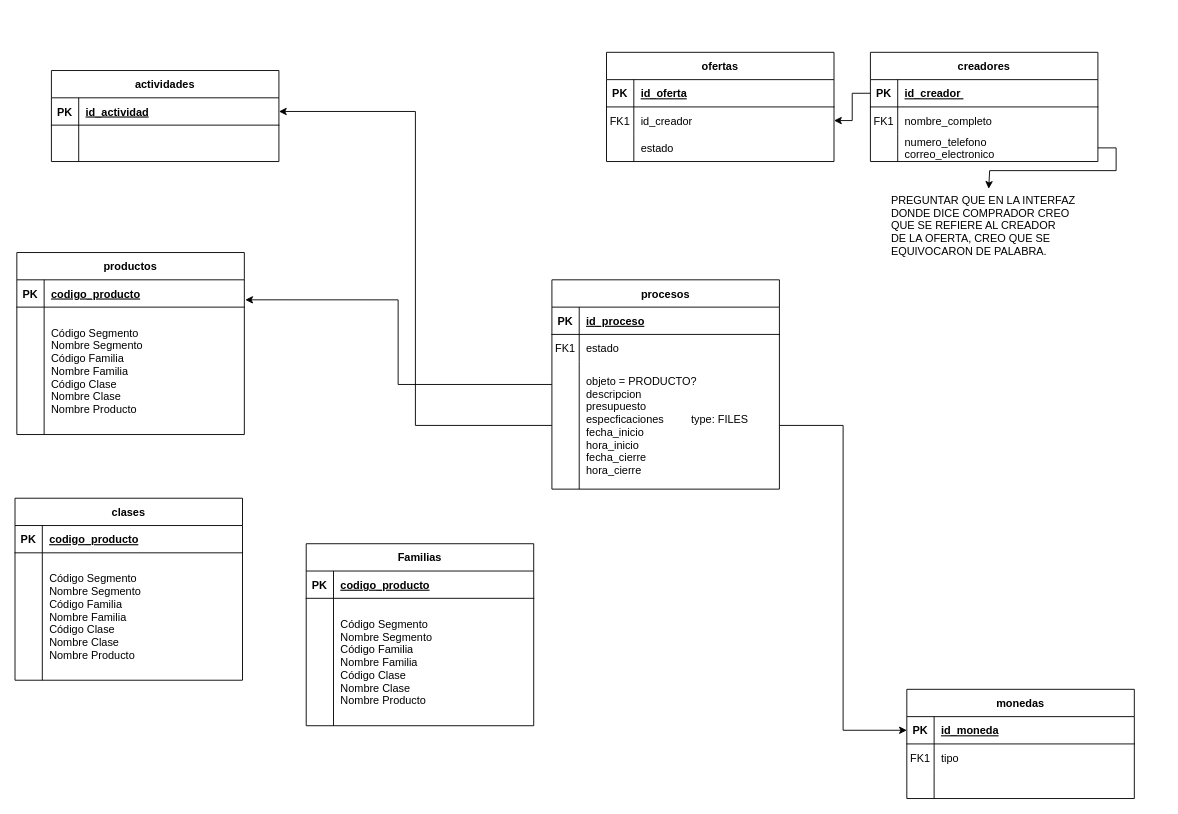
Earlier version of the draw.io diagram Diagrama sin título.drawio (manueld1az/IMC). Source tidied: cells renumbered, new cells numbered last; positions are measured from the earlier drawing's top-left corner, leaving out a move shared by most shapes. Both pictures are drawn from the tidied source at 91%, with x=0, y=0 at pixel (15, 52).
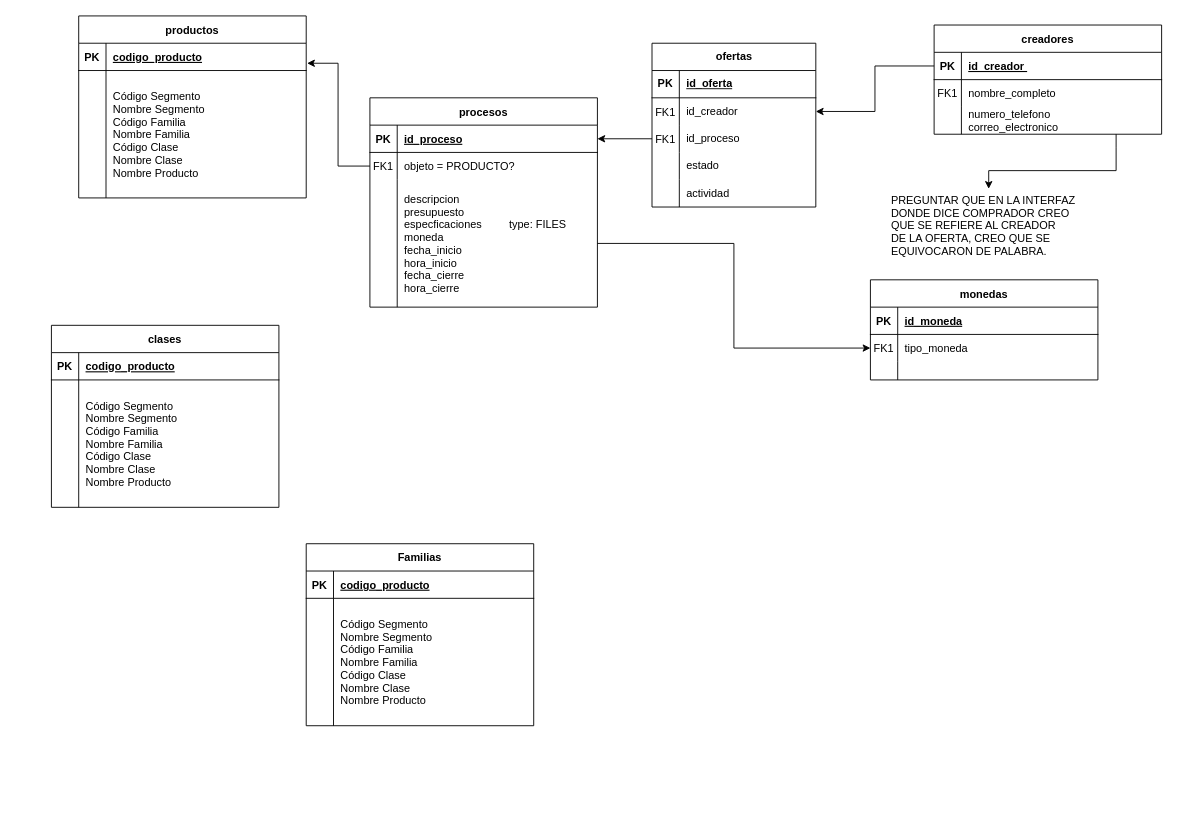
The same diagram, later.

The change refers to these unchanged cells:
```xml
<mxCell id="14" style="shape=partialRectangle;fillColor=none;points=[[0,0.5],[1,0.5]];portConstraint=eastwest;top=0;left=0;right=0;bottom=1;" parent="13" vertex="1">
  <mxGeometry y="30" width="250" height="30" as="geometry" />
</mxCell>
<mxCell id="17" style="shape=partialRectangle;fillColor=none;points=[[0,0.5],[1,0.5]];portConstraint=eastwest;top=0;left=0;right=0;bottom=0;" parent="13" vertex="1">
  <mxGeometry y="60" width="250" height="30" as="geometry" />
</mxCell>
<mxCell id="20" style="shape=partialRectangle;fillColor=none;points=[[0,0.5],[1,0.5]];portConstraint=eastwest;top=0;left=0;right=0;bottom=0;" parent="13" vertex="1">
  <mxGeometry y="90" width="250" height="140" as="geometry" />
</mxCell>
<mxCell id="31" style="shape=partialRectangle;fillColor=none;points=[[0,0.5],[1,0.5]];portConstraint=eastwest;top=0;left=0;right=0;bottom=1;" parent="30" vertex="1">
  <mxGeometry y="30" width="250" height="30" as="geometry" />
</mxCell>
<mxCell id="34" style="shape=partialRectangle;fillColor=none;points=[[0,0.5],[1,0.5]];portConstraint=eastwest;top=0;left=0;right=0;bottom=0;" parent="30" vertex="1">
  <mxGeometry y="60" width="250" height="30" as="geometry" />
</mxCell>
<mxCell id="41" style="shape=partialRectangle;fillColor=none;points=[[0,0.5],[1,0.5]];portConstraint=eastwest;top=0;left=0;right=0;bottom=1;" parent="40" vertex="1">
  <mxGeometry y="30" width="250" height="30" as="geometry" />
</mxCell>
<mxCell id="51" style="shape=partialRectangle;fillColor=none;points=[[0,0.5],[1,0.5]];portConstraint=eastwest;top=0;left=0;right=0;bottom=1;" parent="50" vertex="1">
  <mxGeometry y="30" width="250" height="30" as="geometry" />
</mxCell>
```

The edit, as a diff of the source:
```diff
@@
-    <mxCell id="2" value="ofertas" style="shape=table;startSize=30;childLayout=tableLayout;rowLines=0;fontStyle=1;align=center;" parent="1" vertex="1">
-      <mxGeometry x="650" width="250" height="120" as="geometry" />
-    </mxCell>
-    <mxCell id="3" style="shape=partialRectangle;fillColor=none;top=0;left=0;right=0;bottom=1;" parent="2" vertex="1">
-      <mxGeometry y="30" width="250" height="30" as="geometry" />
-    </mxCell>
-    <mxCell id="4" value="PK" style="shape=partialRectangle;overflow=hidden;fillColor=none;top=0;left=0;bottom=0;right=0;fontStyle=1;" parent="3" vertex="1">
-      <mxGeometry width="30" height="30" as="geometry" />
-    </mxCell>
-    <mxCell id="5" value="id_oferta" style="shape=partialRectangle;overflow=hidden;fillColor=none;top=0;left=0;bottom=0;right=0;align=left;spacingLeft=6;fontStyle=5;" parent="3" vertex="1">
-      <mxGeometry x="30" width="220" height="30" as="geometry" />
-    </mxCell>
-    <mxCell id="6" style="shape=partialRectangle;fillColor=none;points=[[0,0.5],[1,0.5]];portConstraint=eastwest;top=0;left=0;right=0;bottom=0;" parent="2" vertex="1">
-      <mxGeometry y="60" width="250" height="30" as="geometry" />
-    </mxCell>
-    <mxCell id="7" value="FK1" style="shape=partialRectangle;overflow=hidden;fillColor=none;top=0;left=0;bottom=0;right=0;" parent="6" vertex="1">
-      <mxGeometry width="30" height="30" as="geometry" />
-    </mxCell>
-    <mxCell id="8" value="id_creador" style="shape=partialRectangle;overflow=hidden;fillColor=none;top=0;left=0;bottom=0;right=0;align=left;spacingLeft=6;" parent="6" vertex="1">
-      <mxGeometry x="30" width="220" height="30" as="geometry" />
-    </mxCell>
-    <mxCell id="9" style="shape=partialRectangle;fillColor=none;top=0;left=0;right=0;bottom=0;" parent="2" vertex="1">
-      <mxGeometry y="90" width="250" height="30" as="geometry" />
-    </mxCell>
-    <mxCell id="10" style="shape=partialRectangle;overflow=hidden;fillColor=none;top=0;left=0;bottom=0;right=0;" parent="9" vertex="1">
-      <mxGeometry width="30" height="30" as="geometry" />
-    </mxCell>
-    <mxCell id="11" value="estado" style="shape=partialRectangle;overflow=hidden;fillColor=none;top=0;left=0;bottom=0;right=0;align=left;spacingLeft=6;" parent="9" vertex="1">
-      <mxGeometry x="30" width="220" height="30" as="geometry" />
-    </mxCell>
-    <mxCell id="12" style="edgeStyle=orthogonalEdgeStyle;rounded=0;jettySize=auto;html=1;entryX=1.004;entryY=0.733;entryDx=0;entryDy=0;entryPerimeter=0;" parent="1" edge="1" source="13" target="51">
+    <mxCell id="12" style="edgeStyle=orthogonalEdgeStyle;rounded=0;jettySize=auto;html=1;entryX=1.004;entryY=0.733;entryDx=0;entryDy=0;entryPerimeter=0;" parent="1" edge="1" source="17" target="51">
       <mxGeometry relative="1" as="geometry" />
     </mxCell>
     <mxCell id="13" value="procesos" style="shape=table;startSize=30;childLayout=tableLayout;rowLines=0;fontStyle=1;align=center;" parent="1" vertex="1">
-      <mxGeometry x="590" y="250" width="250" height="230" as="geometry" />
+      <mxGeometry x="390" y="50" width="250" height="230" as="geometry" />
     </mxCell>
@@
-    <mxCell id="19" value="estado" style="shape=partialRectangle;overflow=hidden;fillColor=none;top=0;left=0;bottom=0;right=0;align=left;spacingLeft=6;" parent="17" vertex="1">
+    <mxCell id="19" value="objeto = PRODUCTO?" style="shape=partialRectangle;overflow=hidden;fillColor=none;top=0;left=0;bottom=0;right=0;align=left;spacingLeft=6;" parent="17" vertex="1">
       <mxGeometry x="30" width="220" height="30" as="geometry" />
     </mxCell>
@@
-    <mxCell id="22" value="objeto = PRODUCTO?&#10;descripcion&#10;presupuesto&#10;especficaciones         type: FILES &#10;fecha_inicio&#10;hora_inicio&#10;fecha_cierre&#10;hora_cierre" style="shape=partialRectangle;overflow=hidden;fillColor=none;top=0;left=0;bottom=0;right=0;align=left;spacingLeft=6;" parent="20" vertex="1">
+    <mxCell id="22" value="descripcion&#10;presupuesto&#10;especficaciones         type: FILES&#10;moneda &#10;fecha_inicio&#10;hora_inicio&#10;fecha_cierre&#10;hora_cierre" style="shape=partialRectangle;overflow=hidden;fillColor=none;top=0;left=0;bottom=0;right=0;align=left;spacingLeft=6;" parent="20" vertex="1">
       <mxGeometry x="30" width="220" height="140" as="geometry" />
     </mxCell>
-    <mxCell id="23" value="actividades" style="shape=table;startSize=30;childLayout=tableLayout;rowLines=0;fontStyle=1;align=center;" parent="1" vertex="1">
-      <mxGeometry x="40" y="20" width="250" height="100" as="geometry" />
-    </mxCell>
-    <mxCell id="24" style="shape=partialRectangle;fillColor=none;points=[[0,0.5],[1,0.5]];portConstraint=eastwest;top=0;left=0;right=0;bottom=1;" parent="23" vertex="1">
-      <mxGeometry y="30" width="250" height="30" as="geometry" />
-    </mxCell>
-    <mxCell id="25" value="PK" style="shape=partialRectangle;overflow=hidden;fillColor=none;top=0;left=0;bottom=0;right=0;fontStyle=1;" parent="24" vertex="1">
-      <mxGeometry width="30" height="30" as="geometry" />
-    </mxCell>
-    <mxCell id="26" value="id_actividad" style="shape=partialRectangle;overflow=hidden;fillColor=none;top=0;left=0;bottom=0;right=0;align=left;spacingLeft=6;fontStyle=5;" parent="24" vertex="1">
-      <mxGeometry x="30" width="220" height="30" as="geometry" />
-    </mxCell>
-    <mxCell id="27" style="shape=partialRectangle;fillColor=none;top=0;left=0;right=0;bottom=0;" parent="23" vertex="1">
-      <mxGeometry y="60" width="250" height="40" as="geometry" />
-    </mxCell>
-    <mxCell id="28" style="shape=partialRectangle;overflow=hidden;fillColor=none;top=0;left=0;bottom=0;right=0;" parent="27" vertex="1">
-      <mxGeometry width="30" height="40" as="geometry" />
-    </mxCell>
-    <mxCell id="29" style="shape=partialRectangle;overflow=hidden;fillColor=none;top=0;left=0;bottom=0;right=0;align=left;spacingLeft=6;" parent="27" vertex="1">
-      <mxGeometry x="30" width="220" height="40" as="geometry" />
-    </mxCell>
     <mxCell id="30" value="monedas" style="shape=table;startSize=30;childLayout=tableLayout;rowLines=0;fontStyle=1;align=center;" parent="1" vertex="1">
-      <mxGeometry x="980" y="700" width="250" height="120" as="geometry" />
+      <mxGeometry x="940" y="250" width="250" height="110" as="geometry" />
     </mxCell>
@@
-    <mxCell id="36" value="tipo" style="shape=partialRectangle;overflow=hidden;fillColor=none;top=0;left=0;bottom=0;right=0;align=left;spacingLeft=6;" parent="34" vertex="1">
+    <mxCell id="36" value="tipo_moneda" style="shape=partialRectangle;overflow=hidden;fillColor=none;top=0;left=0;bottom=0;right=0;align=left;spacingLeft=6;" parent="34" vertex="1">
       <mxGeometry x="30" width="220" height="30" as="geometry" />
     </mxCell>
     <mxCell id="37" style="shape=partialRectangle;fillColor=none;top=0;left=0;right=0;bottom=0;" parent="30" vertex="1">
-      <mxGeometry y="90" width="250" height="30" as="geometry" />
+      <mxGeometry y="90" width="250" height="20" as="geometry" />
     </mxCell>
     <mxCell id="38" style="shape=partialRectangle;overflow=hidden;fillColor=none;top=0;left=0;bottom=0;right=0;" parent="37" vertex="1">
-      <mxGeometry width="30" height="30" as="geometry" />
+      <mxGeometry width="30" height="20" as="geometry" />
     </mxCell>
     <mxCell id="39" style="shape=partialRectangle;overflow=hidden;fillColor=none;top=0;left=0;bottom=0;right=0;align=left;spacingLeft=6;" parent="37" vertex="1">
-      <mxGeometry x="30" width="220" height="30" as="geometry" />
+      <mxGeometry x="30" width="220" height="20" as="geometry" />
     </mxCell>
     <mxCell id="40" value="creadores" style="shape=table;startSize=30;childLayout=tableLayout;rowLines=0;fontStyle=1;align=center;" parent="1" vertex="1">
-      <mxGeometry x="940" width="250" height="120" as="geometry" />
+      <mxGeometry x="1010" y="-30" width="250" height="120" as="geometry" />
     </mxCell>
@@
     <mxCell id="50" value="productos" style="shape=table;startSize=30;childLayout=tableLayout;rowLines=0;fontStyle=1;align=center;" parent="1" vertex="1">
-      <mxGeometry x="2" y="220" width="250" height="200" as="geometry" />
+      <mxGeometry x="70" y="-40" width="250" height="200" as="geometry" />
     </mxCell>
@@
     <mxCell id="57" value="clases" style="shape=table;startSize=30;childLayout=tableLayout;rowLines=0;fontStyle=1;align=center;" parent="1" vertex="1">
-      <mxGeometry y="490" width="250" height="200" as="geometry" />
+      <mxGeometry x="40" y="300" width="250" height="200" as="geometry" />
     </mxCell>
@@
-    <mxCell id="71" style="edgeStyle=orthogonalEdgeStyle;rounded=0;jettySize=auto;html=1;entryX=0;entryY=0.5;entryDx=0;entryDy=0;" parent="1" edge="1" source="20" target="31">
+    <mxCell id="71" style="edgeStyle=orthogonalEdgeStyle;rounded=0;jettySize=auto;html=1;entryX=0;entryY=0.5;entryDx=0;entryDy=0;" parent="1" edge="1" source="20" target="34">
       <mxGeometry relative="1" as="geometry" />
     </mxCell>
-    <mxCell id="72" style="edgeStyle=orthogonalEdgeStyle;rounded=0;jettySize=auto;html=1;entryX=1;entryY=0.5;entryDx=0;entryDy=0;" parent="1" edge="1" source="20" target="24">
-      <mxGeometry relative="1" as="geometry" />
-    </mxCell>
-    <mxCell id="73" style="edgeStyle=orthogonalEdgeStyle;rounded=0;jettySize=auto;html=1;entryX=1;entryY=0.5;entryDx=0;entryDy=0;" parent="1" edge="1" source="41" target="6">
+    <mxCell id="73" style="edgeStyle=orthogonalEdgeStyle;rounded=0;jettySize=auto;html=1;entryX=1;entryY=0.5;entryDx=0;entryDy=0;" parent="1" edge="1" source="41" target="81">
       <mxGeometry relative="1" as="geometry" />
     </mxCell>
@@
+    <mxCell id="76" style="group;" parent="1" vertex="1">
+      <mxGeometry x="700" y="-10" width="180" height="150" as="geometry" />
+    </mxCell>
+    <mxCell id="77" style="group;" parent="76" vertex="1">
+      <mxGeometry width="180" height="150" as="geometry" />
+    </mxCell>
+    <mxCell id="78" style="group;" parent="77" vertex="1">
+      <mxGeometry width="180" height="150" as="geometry" />
+    </mxCell>
+    <mxCell id="2" value="ofertas" style="shape=table;startSize=30;childLayout=tableLayout;rowLines=0;fontStyle=1;align=center;html=1;" parent="78" vertex="1">
+      <mxGeometry width="180" height="180" as="geometry" />
+    </mxCell>
+    <mxCell id="79" style="shape=tableRow;horizontal=0;startSize=0;swimlaneHead=0;swimlaneBody=0;fillColor=none;top=0;left=0;right=0;bottom=1;" parent="2" vertex="1">
+      <mxGeometry y="30" width="180" height="30" as="geometry" />
+    </mxCell>
+    <mxCell id="80" value="PK" style="shape=partialRectangle;fillColor=none;top=0;left=0;bottom=0;right=0;fontStyle=1;overflow=hidden;whiteSpace=wrap;html=1;" parent="79" vertex="1">
+      <mxGeometry width="30" height="30" as="geometry" />
+    </mxCell>
+    <mxCell id="5" value="id_oferta" style="shape=partialRectangle;fillColor=none;top=0;left=0;bottom=0;right=0;align=left;spacingLeft=6;fontStyle=5;overflow=hidden;whiteSpace=wrap;html=1;" parent="79" vertex="1">
+      <mxGeometry x="30" width="150" height="30" as="geometry" />
+    </mxCell>
+    <mxCell id="81" style="shape=tableRow;horizontal=0;startSize=0;swimlaneHead=0;swimlaneBody=0;fillColor=none;points=[[0,0.5],[1,0.5]];portConstraint=eastwest;top=0;left=0;right=0;bottom=0;" parent="2" vertex="1">
+      <mxGeometry y="60" width="180" height="30" as="geometry" />
+    </mxCell>
+    <mxCell id="82" style="shape=partialRectangle;fillColor=none;top=0;left=0;bottom=0;right=0;overflow=hidden;whiteSpace=wrap;html=1;" parent="81" vertex="1">
+      <mxGeometry width="30" height="30" as="geometry" />
+    </mxCell>
+    <mxCell id="8" value="id_creador" style="shape=partialRectangle;fillColor=none;top=0;left=0;bottom=0;right=0;align=left;spacingLeft=6;overflow=hidden;whiteSpace=wrap;html=1;" parent="81" vertex="1">
+      <mxGeometry x="30" width="150" height="30" as="geometry" />
+    </mxCell>
+    <mxCell id="83" style="shape=tableRow;horizontal=0;startSize=0;swimlaneHead=0;swimlaneBody=0;fillColor=none;points=[[0,0.5],[1,0.5]];portConstraint=eastwest;top=0;left=0;right=0;bottom=0;" parent="2" vertex="1">
+      <mxGeometry y="90" width="180" height="30" as="geometry" />
+    </mxCell>
+    <mxCell id="84" style="shape=partialRectangle;fillColor=none;top=0;left=0;bottom=0;right=0;overflow=hidden;whiteSpace=wrap;html=1;" parent="83" vertex="1">
+      <mxGeometry width="30" height="30" as="geometry" />
+    </mxCell>
+    <mxCell id="85" value="id_proceso" style="shape=partialRectangle;fillColor=none;top=0;left=0;bottom=0;right=0;align=left;spacingLeft=6;overflow=hidden;whiteSpace=wrap;html=1;" parent="83" vertex="1">
+      <mxGeometry x="30" width="150" height="30" as="geometry" />
+    </mxCell>
+    <mxCell id="86" style="shape=tableRow;horizontal=0;startSize=0;swimlaneHead=0;swimlaneBody=0;fillColor=none;top=0;left=0;right=0;bottom=0;" parent="2" vertex="1">
+      <mxGeometry y="120" width="180" height="30" as="geometry" />
+    </mxCell>
+    <mxCell id="87" style="shape=partialRectangle;fillColor=none;top=0;left=0;bottom=0;right=0;overflow=hidden;whiteSpace=wrap;html=1;" parent="86" vertex="1">
+      <mxGeometry width="30" height="30" as="geometry" />
+    </mxCell>
+    <mxCell id="11" value="estado" style="shape=partialRectangle;fillColor=none;top=0;left=0;bottom=0;right=0;align=left;spacingLeft=6;overflow=hidden;whiteSpace=wrap;html=1;" parent="86" vertex="1">
+      <mxGeometry x="30" width="150" height="30" as="geometry" />
+    </mxCell>
+    <mxCell id="88" style="shape=tableRow;horizontal=0;startSize=0;swimlaneHead=0;swimlaneBody=0;fillColor=none;top=0;left=0;right=0;bottom=0;" parent="2" vertex="1">
+      <mxGeometry y="150" width="180" height="30" as="geometry" />
+    </mxCell>
+    <mxCell id="89" style="shape=partialRectangle;fillColor=none;top=0;left=0;bottom=0;right=0;overflow=hidden;whiteSpace=wrap;html=1;" parent="88" vertex="1">
+      <mxGeometry width="30" height="30" as="geometry" />
+    </mxCell>
+    <mxCell id="90" value="actividad" style="shape=partialRectangle;fillColor=none;top=0;left=0;bottom=0;right=0;align=left;spacingLeft=6;overflow=hidden;whiteSpace=wrap;html=1;" parent="88" vertex="1">
+      <mxGeometry x="30" width="150" height="30" as="geometry" />
+    </mxCell>
+    <mxCell id="91" value="FK1" style="shape=partialRectangle;overflow=hidden;fillColor=none;top=0;left=0;bottom=0;right=0;" parent="78" vertex="1">
+      <mxGeometry y="60" width="30" height="30" as="geometry" />
+    </mxCell>
+    <mxCell id="92" value="FK1" style="shape=partialRectangle;overflow=hidden;fillColor=none;top=0;left=0;bottom=0;right=0;" parent="76" vertex="1">
+      <mxGeometry y="90" width="30" height="30" as="geometry" />
+    </mxCell>
+    <mxCell id="93" style="edgeStyle=orthogonalEdgeStyle;rounded=0;jettySize=auto;html=1;entryX=1;entryY=0.5;entryDx=0;entryDy=0;" parent="1" edge="1" source="83" target="14">
+      <mxGeometry relative="1" as="geometry" />
+    </mxCell>
```
